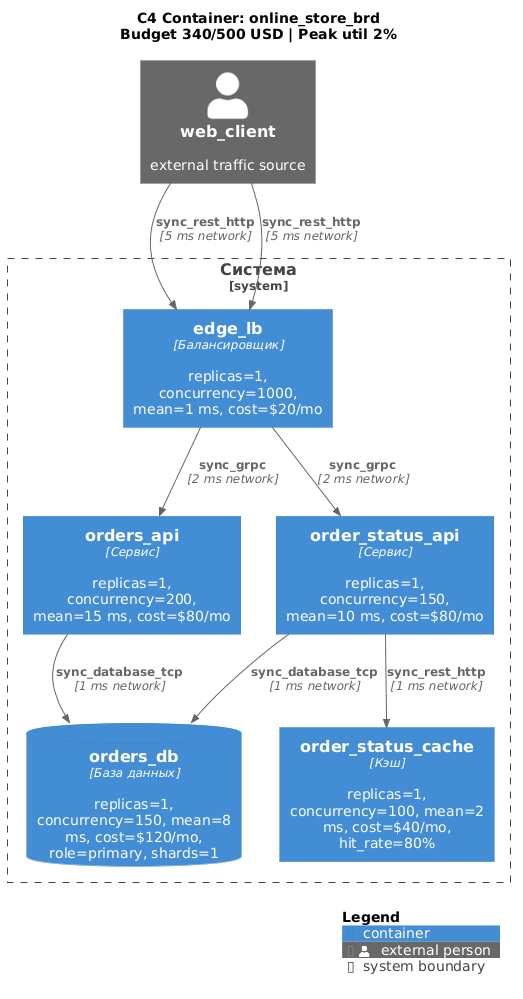
The PlantUML diagram images/online_store_brd_c4.png in Volodya1000/AutoSystemDesignPresentation, before a commit. The source it was exported from:
```plantuml
@startuml
!include <C4/C4_Container>

title
C4 Container: online_store_brd
Budget 340/500 USD | Peak util 2%
end title

Person_Ext(web_client, "web_client", "external traffic source")

System_Boundary(system_boundary, "Система") {
    Container(edge_lb, "edge_lb", "Балансировщик", "replicas=1, concurrency=1000, mean=1 ms, cost=$20/mo")
    Container(orders_api, "orders_api", "Сервис", "replicas=1, concurrency=200, mean=15 ms, cost=$80/mo")
    ContainerDb(orders_db, "orders_db", "База данных", "replicas=1, concurrency=150, mean=8 ms, cost=$120/mo, role=primary, shards=1")
    Container(order_status_api, "order_status_api", "Сервис", "replicas=1, concurrency=150, mean=10 ms, cost=$80/mo")
    Container(order_status_cache, "order_status_cache", "Кэш", "replicas=1, concurrency=100, mean=2 ms, cost=$40/mo, hit_rate=80%")
}

Rel(web_client, edge_lb, "sync_rest_http", "5 ms network")
Rel(edge_lb, orders_api, "sync_grpc", "2 ms network")
Rel(orders_api, orders_db, "sync_database_tcp", "1 ms network")
Rel(web_client, edge_lb, "sync_rest_http", "5 ms network")
Rel(edge_lb, order_status_api, "sync_grpc", "2 ms network")
Rel(order_status_api, order_status_cache, "sync_rest_http", "1 ms network")
Rel(order_status_api, orders_db, "sync_database_tcp", "1 ms network")

SHOW_LEGEND()
@enduml
```
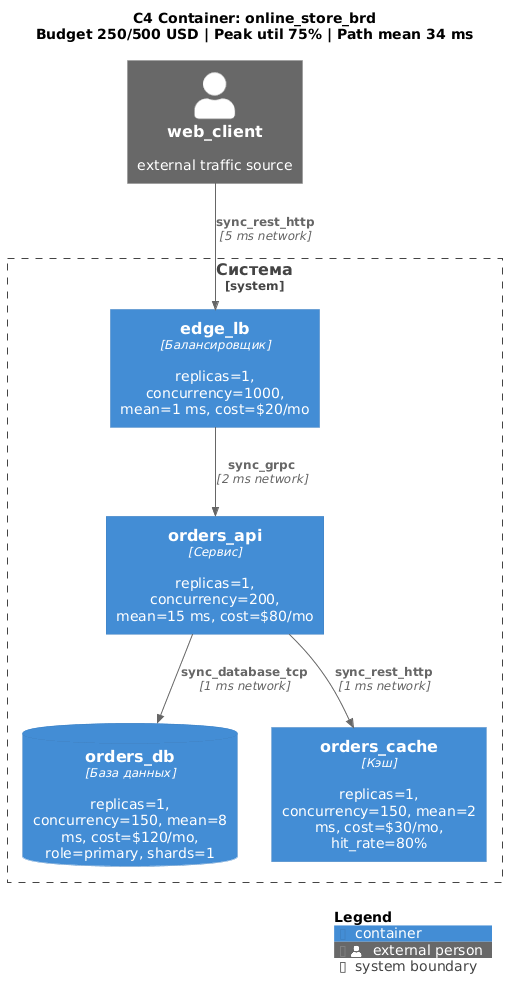
After the commit.

The edit, as a diff of the source:
```diff
@@ -3,7 +3,7 @@
 
 title
 C4 Container: online_store_brd
-Budget 340/500 USD | Peak util 2%
+Budget 250/500 USD | Peak util 75% | Path mean 34 ms
 end title
 
 Person_Ext(web_client, "web_client", "external traffic source")
@@ -12,17 +12,13 @@
     Container(edge_lb, "edge_lb", "Балансировщик", "replicas=1, concurrency=1000, mean=1 ms, cost=$20/mo")
     Container(orders_api, "orders_api", "Сервис", "replicas=1, concurrency=200, mean=15 ms, cost=$80/mo")
     ContainerDb(orders_db, "orders_db", "База данных", "replicas=1, concurrency=150, mean=8 ms, cost=$120/mo, role=primary, shards=1")
-    Container(order_status_api, "order_status_api", "Сервис", "replicas=1, concurrency=150, mean=10 ms, cost=$80/mo")
-    Container(order_status_cache, "order_status_cache", "Кэш", "replicas=1, concurrency=100, mean=2 ms, cost=$40/mo, hit_rate=80%")
+    Container(orders_cache, "orders_cache", "Кэш", "replicas=1, concurrency=150, mean=2 ms, cost=$30/mo, hit_rate=80%")
 }
 
 Rel(web_client, edge_lb, "sync_rest_http", "5 ms network")
 Rel(edge_lb, orders_api, "sync_grpc", "2 ms network")
+Rel(orders_api, orders_cache, "sync_rest_http", "1 ms network")
 Rel(orders_api, orders_db, "sync_database_tcp", "1 ms network")
-Rel(web_client, edge_lb, "sync_rest_http", "5 ms network")
-Rel(edge_lb, order_status_api, "sync_grpc", "2 ms network")
-Rel(order_status_api, order_status_cache, "sync_rest_http", "1 ms network")
-Rel(order_status_api, orders_db, "sync_database_tcp", "1 ms network")
 
 SHOW_LEGEND()
 @enduml
```
